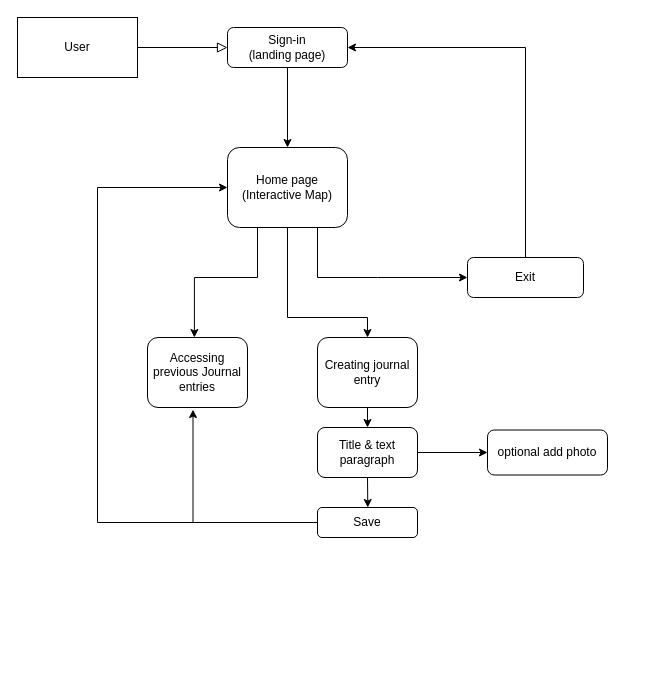
The draw.io diagram Milestone 1 Flowchart Diagram.drawio in amandaxay/Interactive_Map, before the edit. Source tidied: cells renumbered, new cells numbered last; positions are measured from the earlier drawing's top-left corner, leaving out a move shared by most shapes. Both pictures are drawn from the tidied source at 100%, with x=0, y=0 at pixel (17, 17).
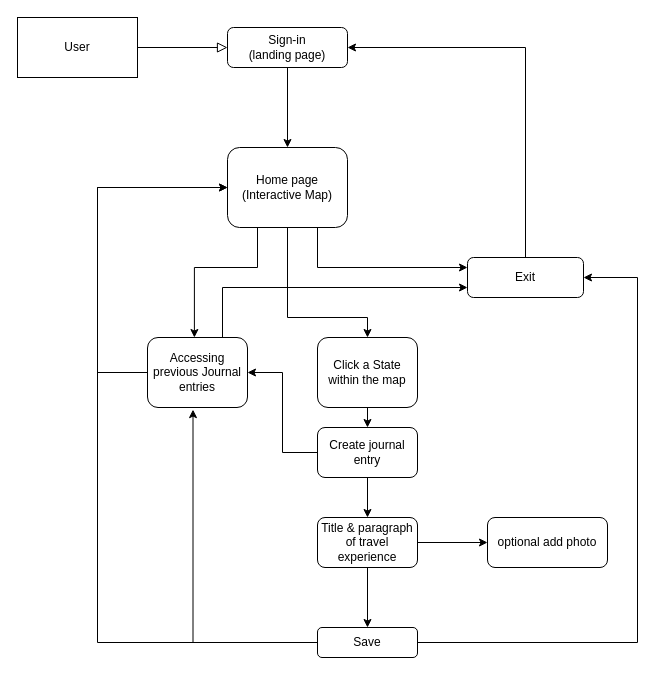
The same diagram, later.

The change refers to these unchanged cells:
```xml
<mxCell id="9" value="Home page&lt;br&gt;(Interactive Map)" style="rounded=1;whiteSpace=wrap;html=1;" parent="1" vertex="1">
  <mxGeometry x="210" y="130" width="120" height="80" as="geometry" />
</mxCell>
<mxCell id="10" value="Accessing previous Journal entries" style="rounded=1;whiteSpace=wrap;html=1;" parent="1" vertex="1">
  <mxGeometry x="130" y="320" width="100" height="70" as="geometry" />
</mxCell>
<mxCell id="12" value="Exit" style="rounded=1;whiteSpace=wrap;html=1;" parent="1" vertex="1">
  <mxGeometry x="450" y="240" width="116" height="40" as="geometry" />
</mxCell>
```

What changed in the source:
```diff
@@
     <mxCell id="7" style="edgeStyle=orthogonalEdgeStyle;rounded=0;jettySize=auto;html=1;exitX=0.25;exitY=1;exitDx=0;exitDy=0;entryX=0.469;entryY=0;entryDx=0;entryDy=0;entryPerimeter=0;" parent="1" edge="1" source="9" target="10">
       <mxGeometry relative="1" as="geometry">
         <Array as="points">
-          <mxPoint x="240" y="260" />
-          <mxPoint x="177" y="260" />
+          <mxPoint x="240" y="250" />
+          <mxPoint x="177" y="250" />
         </Array>
       </mxGeometry>
     </mxCell>
-    <mxCell id="8" style="edgeStyle=orthogonalEdgeStyle;rounded=0;jettySize=auto;html=1;exitX=0.75;exitY=1;exitDx=0;exitDy=0;" parent="1" edge="1" source="9">
+    <mxCell id="8" style="edgeStyle=orthogonalEdgeStyle;rounded=0;jettySize=auto;html=1;exitX=0.75;exitY=1;exitDx=0;exitDy=0;entryX=0;entryY=0.25;entryDx=0;entryDy=0;" parent="1" edge="1" source="9" target="12">
       <mxGeometry relative="1" as="geometry">
-        <mxPoint x="450" y="260" as="targetPoint" />
         <Array as="points">
-          <mxPoint x="300" y="260" />
-          <mxPoint x="360" y="260" />
+          <mxPoint x="300" y="250" />
         </Array>
       </mxGeometry>
     </mxCell>
@@
+    <mxCell id="22" style="edgeStyle=orthogonalEdgeStyle;rounded=0;jettySize=auto;html=1;exitX=0;exitY=0.5;exitDx=0;exitDy=0;entryX=0;entryY=0.5;entryDx=0;entryDy=0;" parent="1" edge="1" source="10" target="9">
+      <mxGeometry relative="1" as="geometry">
+        <Array as="points">
+          <mxPoint x="80" y="355" />
+          <mxPoint x="80" y="170" />
+        </Array>
+      </mxGeometry>
+    </mxCell>
+    <mxCell id="23" style="edgeStyle=orthogonalEdgeStyle;rounded=0;jettySize=auto;html=1;exitX=0.75;exitY=0;exitDx=0;exitDy=0;entryX=0;entryY=0.75;entryDx=0;entryDy=0;" parent="1" edge="1" source="10" target="12">
+      <mxGeometry relative="1" as="geometry" />
+    </mxCell>
@@
-    <mxCell id="14" value="Creating journal entry" style="rounded=1;whiteSpace=wrap;html=1;" parent="1" vertex="1">
+    <mxCell id="14" value="Click a State within the map" style="rounded=1;whiteSpace=wrap;html=1;" parent="1" vertex="1">
       <mxGeometry x="300" y="320" width="100" height="70" as="geometry" />
     </mxCell>
-    <mxCell id="15" style="edgeStyle=orthogonalEdgeStyle;rounded=0;jettySize=auto;html=1;" parent="1" edge="1" source="17" target="18">
-      <mxGeometry relative="1" as="geometry" />
-    </mxCell>
-    <mxCell id="16" style="edgeStyle=orthogonalEdgeStyle;rounded=0;jettySize=auto;html=1;exitX=0.5;exitY=1;exitDx=0;exitDy=0;" parent="1" edge="1" source="17">
-      <mxGeometry relative="1" as="geometry">
-        <mxPoint x="350.3" y="490" as="targetPoint" />
-      </mxGeometry>
+    <mxCell id="16" style="edgeStyle=orthogonalEdgeStyle;rounded=0;jettySize=auto;html=1;exitX=0.5;exitY=1;exitDx=0;exitDy=0;entryX=0.5;entryY=0;entryDx=0;entryDy=0;" parent="1" edge="1" source="17" target="28">
+      <mxGeometry relative="1" as="geometry" />
     </mxCell>
+    <mxCell id="24" style="edgeStyle=orthogonalEdgeStyle;rounded=0;jettySize=auto;html=1;exitX=0;exitY=0.5;exitDx=0;exitDy=0;entryX=1;entryY=0.5;entryDx=0;entryDy=0;" parent="1" edge="1" source="17" target="10">
+      <mxGeometry relative="1" as="geometry" />
+    </mxCell>
-    <mxCell id="17" value="Title &amp;amp; text paragraph" style="rounded=1;whiteSpace=wrap;html=1;" parent="1" vertex="1">
+    <mxCell id="17" value="Create journal entry" style="rounded=1;whiteSpace=wrap;html=1;" parent="1" vertex="1">
       <mxGeometry x="300" y="410" width="100" height="50" as="geometry" />
     </mxCell>
     <mxCell id="18" value="optional add photo" style="whiteSpace=wrap;html=1;rounded=1;" parent="1" vertex="1">
-      <mxGeometry x="470" y="412.5" width="120" height="45" as="geometry" />
+      <mxGeometry x="470" y="500" width="120" height="50" as="geometry" />
     </mxCell>
@@
     <mxCell id="20" style="edgeStyle=orthogonalEdgeStyle;rounded=0;jettySize=auto;html=1;exitX=0;exitY=0.5;exitDx=0;exitDy=0;entryX=0;entryY=0.5;entryDx=0;entryDy=0;" parent="1" edge="1" source="21" target="9">
       <mxGeometry relative="1" as="geometry">
         <Array as="points">
-          <mxPoint x="80" y="505" />
+          <mxPoint x="80" y="625" />
           <mxPoint x="80" y="170" />
         </Array>
       </mxGeometry>
     </mxCell>
+    <mxCell id="25" style="edgeStyle=orthogonalEdgeStyle;rounded=0;jettySize=auto;html=1;exitX=1;exitY=0.5;exitDx=0;exitDy=0;entryX=1;entryY=0.5;entryDx=0;entryDy=0;" parent="1" edge="1" source="21" target="12">
+      <mxGeometry relative="1" as="geometry">
+        <Array as="points">
+          <mxPoint x="620" y="625" />
+          <mxPoint x="620" y="260" />
+        </Array>
+      </mxGeometry>
+    </mxCell>
     <mxCell id="21" value="Save" style="rounded=1;whiteSpace=wrap;html=1;" parent="1" vertex="1">
-      <mxGeometry x="300" y="490" width="100" height="30" as="geometry" />
+      <mxGeometry x="300" y="610" width="100" height="30" as="geometry" />
     </mxCell>
+    <mxCell id="26" style="edgeStyle=orthogonalEdgeStyle;rounded=0;jettySize=auto;html=1;exitX=0.5;exitY=1;exitDx=0;exitDy=0;entryX=0.5;entryY=0;entryDx=0;entryDy=0;" parent="1" edge="1" source="28" target="21">
+      <mxGeometry relative="1" as="geometry" />
+    </mxCell>
+    <mxCell id="27" style="edgeStyle=orthogonalEdgeStyle;rounded=0;jettySize=auto;html=1;exitX=1;exitY=0.5;exitDx=0;exitDy=0;entryX=0;entryY=0.5;entryDx=0;entryDy=0;" parent="1" edge="1" source="28" target="18">
+      <mxGeometry relative="1" as="geometry" />
+    </mxCell>
+    <mxCell id="28" value="Title &amp;amp; paragraph of travel experience" style="rounded=1;whiteSpace=wrap;html=1;" parent="1" vertex="1">
+      <mxGeometry x="300" y="500" width="100" height="50" as="geometry" />
+    </mxCell>
```
